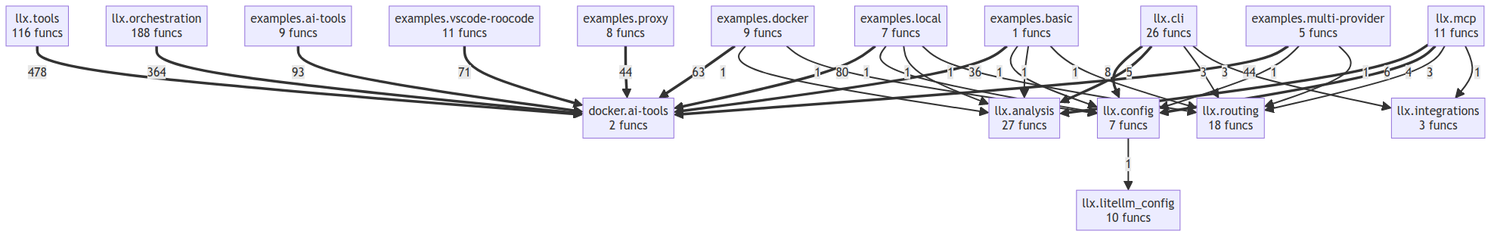
This is project/compact_flow.png from semcod/llx, a Mermaid export, as it was before one commit. Its source is kept beside it as project/compact_flow.mmd.
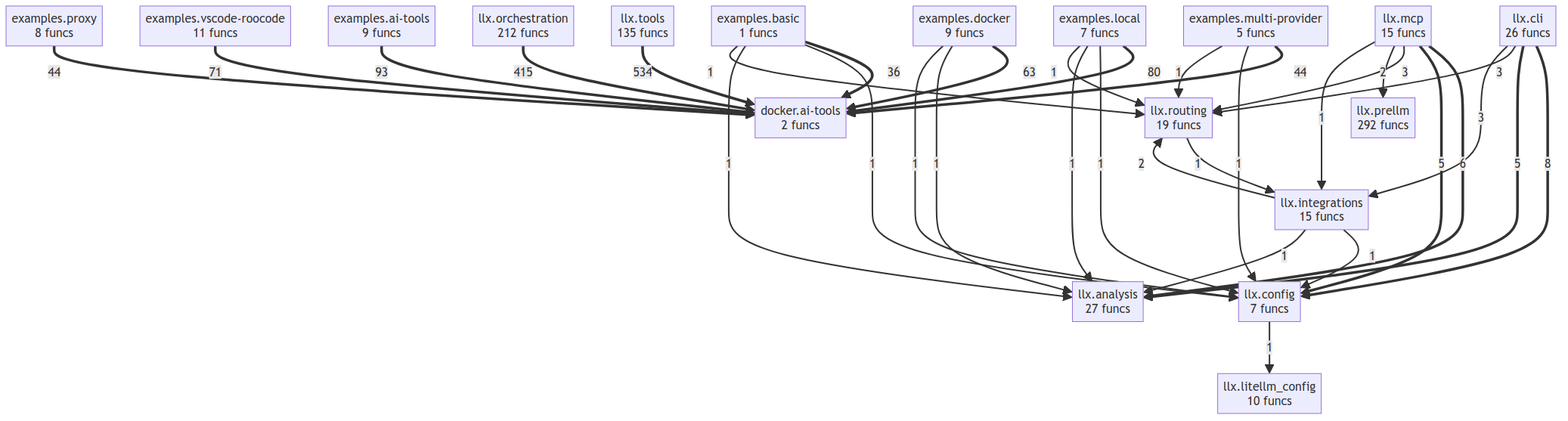
Later version of the same file.

Diff of the diagram source:
```diff
@@ -10,14 +10,15 @@
     llx_analysis["llx.analysis<br/>27 funcs"]
     llx_cli["llx.cli<br/>26 funcs"]
     llx_config["llx.config<br/>7 funcs"]
-    llx_integrations["llx.integrations<br/>3 funcs"]
+    llx_integrations["llx.integrations<br/>15 funcs"]
     llx_litellm_config["llx.litellm_config<br/>10 funcs"]
-    llx_mcp["llx.mcp<br/>11 funcs"]
-    llx_orchestration["llx.orchestration<br/>188 funcs"]
-    llx_routing["llx.routing<br/>18 funcs"]
-    llx_tools["llx.tools<br/>116 funcs"]
-    llx_tools ==>|478| docker_ai_tools
-    llx_orchestration ==>|364| docker_ai_tools
+    llx_mcp["llx.mcp<br/>15 funcs"]
+    llx_orchestration["llx.orchestration<br/>212 funcs"]
+    llx_prellm["llx.prellm<br/>292 funcs"]
+    llx_routing["llx.routing<br/>19 funcs"]
+    llx_tools["llx.tools<br/>135 funcs"]
+    llx_tools ==>|534| docker_ai_tools
+    llx_orchestration ==>|415| docker_ai_tools
     examples_ai_tools ==>|93| docker_ai_tools
     examples_local ==>|80| docker_ai_tools
     examples_vscode_roocode ==>|71| docker_ai_tools
@@ -28,19 +29,24 @@
     llx_cli ==>|8| llx_config
     llx_mcp ==>|6| llx_analysis
     llx_cli ==>|5| llx_analysis
-    llx_mcp ==>|4| llx_config
+    llx_mcp ==>|5| llx_config
     llx_cli -->|3| llx_routing
     llx_cli -->|3| llx_integrations
     llx_mcp -->|3| llx_routing
+    llx_mcp -->|2| llx_prellm
+    llx_integrations -->|2| llx_routing
     llx_config -->|1| llx_litellm_config
     llx_mcp -->|1| llx_integrations
+    llx_routing -->|1| llx_integrations
+    llx_integrations -->|1| llx_config
+    llx_integrations -->|1| llx_analysis
     examples_docker -->|1| llx_analysis
     examples_docker -->|1| llx_config
+    examples_multi_provider -->|1| llx_config
+    examples_multi_provider -->|1| llx_routing
     examples_local -->|1| llx_config
     examples_local -->|1| llx_analysis
     examples_local -->|1| llx_routing
-    examples_multi_provider -->|1| llx_config
-    examples_multi_provider -->|1| llx_routing
     examples_basic -->|1| llx_config
     examples_basic -->|1| llx_analysis
     examples_basic -->|1| llx_routing
```
